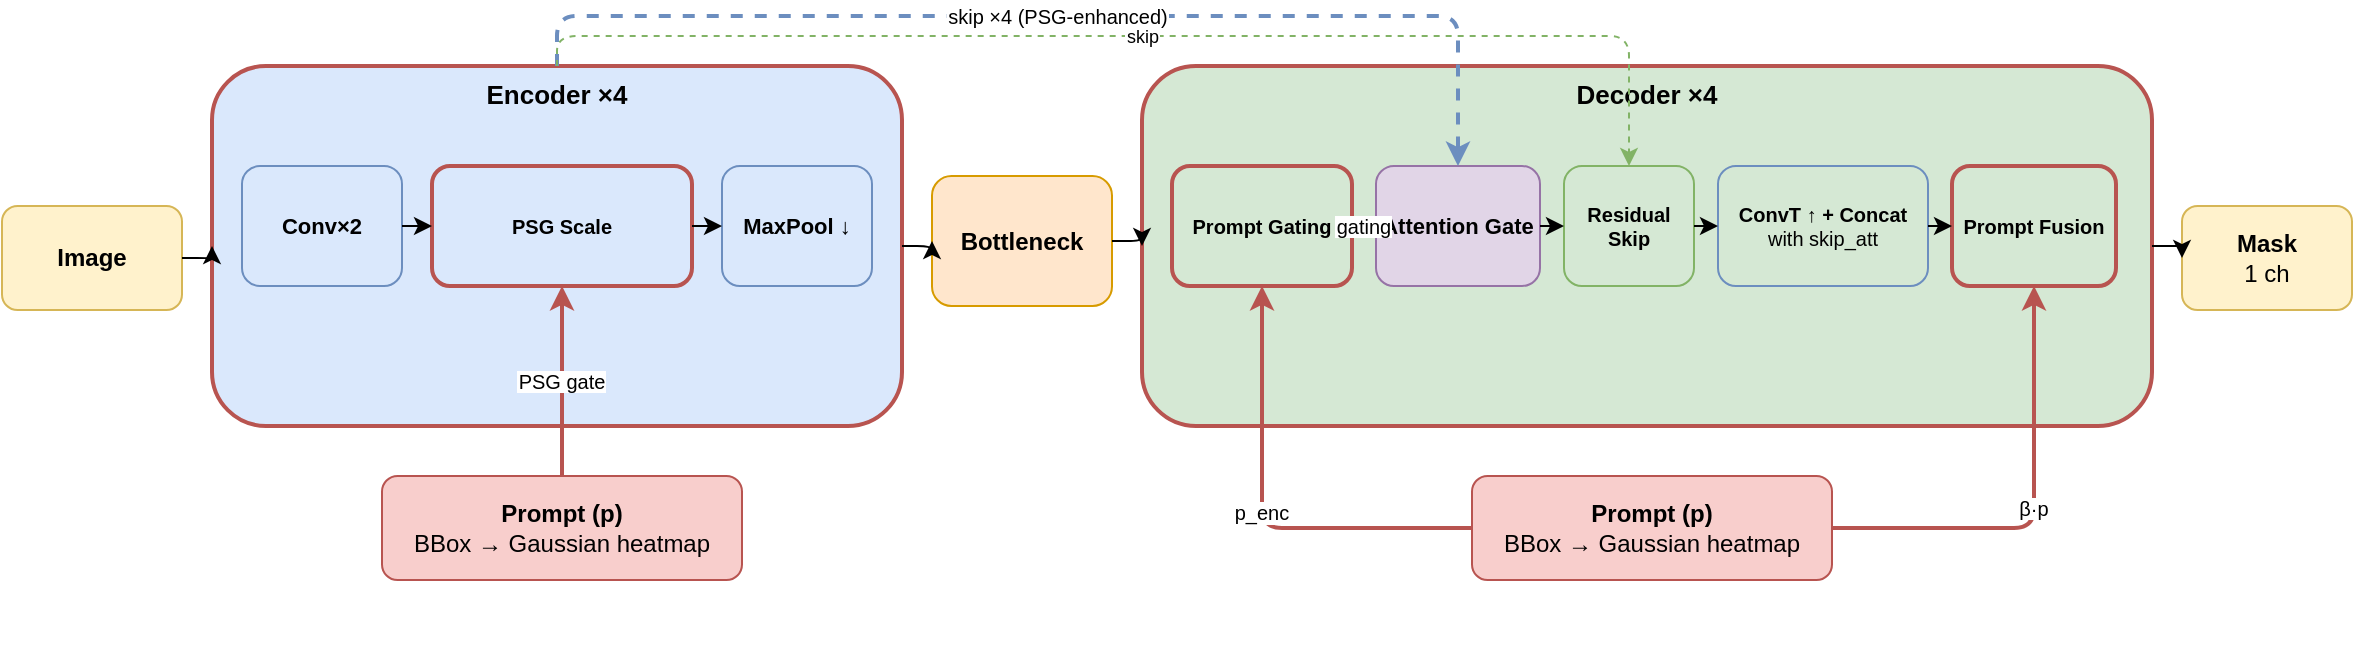
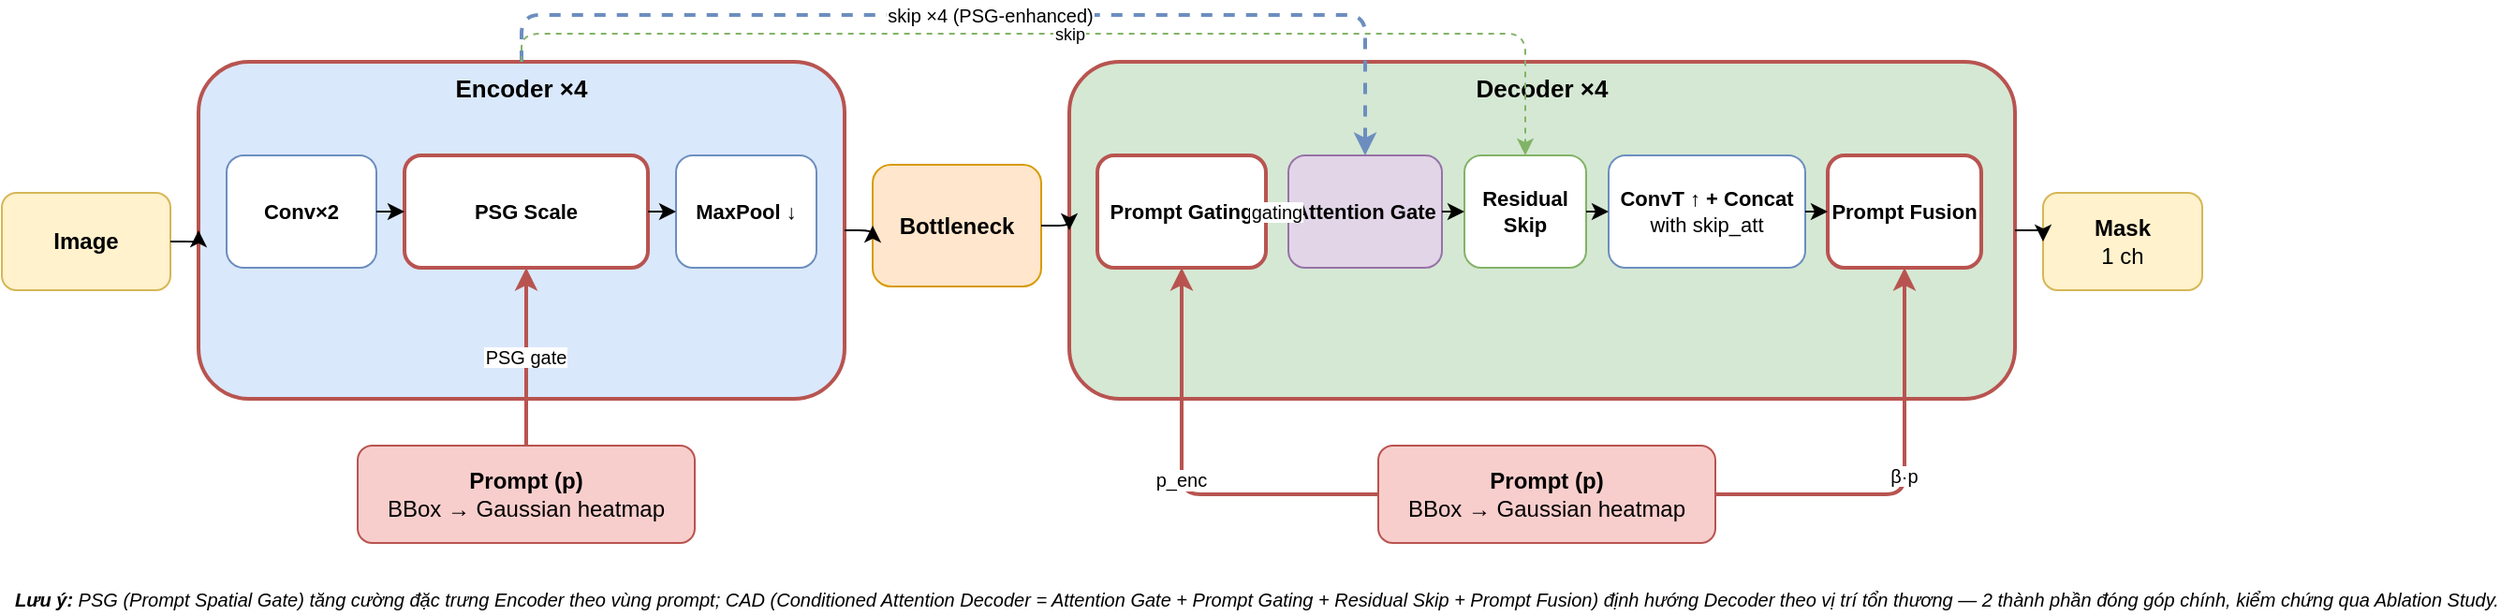
<mxfile host="65bd71144e">
    <diagram name="3. PGA-UNet" id="pgaunet2d">
        <mxGraphModel dx="1042" dy="251" grid="1" gridSize="10" guides="1" tooltips="1" connect="1" arrows="1" fold="1" page="1" pageScale="1" pageWidth="1220" pageHeight="365" math="0" shadow="0">
            <root>
                <mxCell id="0"/>
                <mxCell id="1" parent="0"/>
                <mxCell id="inp" value="&lt;b&gt;Image&lt;/b&gt;" style="rounded=1;whiteSpace=wrap;html=1;fillColor=#fff2cc;strokeColor=#d6b656;fontSize=12;" parent="1" vertex="1">
                    <mxGeometry x="15" y="105" width="90" height="52" as="geometry"/>
                </mxCell>
                <mxCell id="enc_box" value="&lt;b&gt;Encoder ×4&lt;/b&gt;" style="rounded=1;whiteSpace=wrap;html=1;fillColor=#dae8fc;strokeColor=#b85450;strokeWidth=2;fontSize=13;verticalAlign=top;align=center;" parent="1" vertex="1">
                    <mxGeometry x="120" y="35" width="345" height="180" as="geometry"/>
                </mxCell>
-                 <mxCell id="e_conv" value="&lt;b&gt;Conv×2&lt;/b&gt;" style="rounded=1;whiteSpace=wrap;html=1;fillColor=#dae8fc;strokeColor=#6c8ebf;fontSize=11;" parent="enc_box" vertex="1">
+                 <mxCell id="e_conv" value="&lt;b&gt;Conv×2&lt;/b&gt;" style="rounded=1;whiteSpace=wrap;html=1;fillColor=#ffffff;strokeColor=#6c8ebf;fontSize=11;" parent="enc_box" vertex="1">
                    <mxGeometry x="15" y="50" width="80" height="60" as="geometry"/>
                </mxCell>
-                 <mxCell id="e_scale" value="&lt;b&gt;PSG Scale&lt;/b&gt;" style="rounded=1;whiteSpace=wrap;html=1;fillColor=#dae8fc;strokeColor=#b85450;strokeWidth=2;fontSize=10;" parent="enc_box" vertex="1">
+                 <mxCell id="e_scale" value="&lt;b&gt;PSG Scale&lt;/b&gt;" style="rounded=1;whiteSpace=wrap;html=1;fillColor=#ffffff;strokeColor=#b85450;strokeWidth=2;fontSize=11;" parent="enc_box" vertex="1">
                    <mxGeometry x="110" y="50" width="130" height="60" as="geometry"/>
                </mxCell>
-                 <mxCell id="e_pool" value="&lt;b&gt;MaxPool ↓&lt;/b&gt;" style="rounded=1;whiteSpace=wrap;html=1;fillColor=#dae8fc;strokeColor=#6c8ebf;fontSize=11;" parent="enc_box" vertex="1">
+                 <mxCell id="e_pool" value="&lt;b&gt;MaxPool ↓&lt;/b&gt;" style="rounded=1;whiteSpace=wrap;html=1;fillColor=#ffffff;strokeColor=#6c8ebf;fontSize=11;" parent="enc_box" vertex="1">
                    <mxGeometry x="255" y="50" width="75" height="60" as="geometry"/>
                </mxCell>
                <mxCell id="se1" value="" style="edgeStyle=orthogonalEdgeStyle;exitX=1;exitY=0.5;exitDx=0;exitDy=0;entryX=0;entryY=0.5;entryDx=0;entryDy=0;" parent="enc_box" source="e_conv" target="e_scale" edge="1">
                    <mxGeometry relative="1" as="geometry"/>
                </mxCell>
                <mxCell id="se2" value="" style="edgeStyle=orthogonalEdgeStyle;exitX=1;exitY=0.5;exitDx=0;exitDy=0;entryX=0;entryY=0.5;entryDx=0;entryDy=0;" parent="enc_box" source="e_scale" target="e_pool" edge="1">
                    <mxGeometry relative="1" as="geometry"/>
                </mxCell>
                <mxCell id="bn" value="&lt;b&gt;Bottleneck&lt;/b&gt;" style="rounded=1;whiteSpace=wrap;html=1;fillColor=#ffe6cc;strokeColor=#d79b00;fontSize=12;" parent="1" vertex="1">
                    <mxGeometry x="480" y="90" width="90" height="65" as="geometry"/>
                </mxCell>
                <mxCell id="dec_box" value="&lt;b&gt;Decoder ×4&lt;/b&gt;" style="rounded=1;whiteSpace=wrap;html=1;fillColor=#d5e8d4;strokeColor=#b85450;strokeWidth=2;fontSize=13;verticalAlign=top;align=center;" parent="1" vertex="1">
                    <mxGeometry x="585" y="35" width="505" height="180" as="geometry"/>
                </mxCell>
-                 <mxCell id="d_gfuse" value="&lt;b&gt;Prompt Gating&lt;/b&gt;" style="rounded=1;whiteSpace=wrap;html=1;fillColor=#d5e8d4;strokeColor=#b85450;strokeWidth=2;fontSize=10;" parent="dec_box" vertex="1">
+                 <mxCell id="d_gfuse" value="&lt;b&gt;Prompt Gating&lt;/b&gt;" style="rounded=1;whiteSpace=wrap;html=1;fillColor=#ffffff;strokeColor=#b85450;strokeWidth=2;fontSize=11;" parent="dec_box" vertex="1">
                    <mxGeometry x="15" y="50" width="90" height="60" as="geometry"/>
                </mxCell>
                <mxCell id="d_ag" value="&lt;b&gt;Attention Gate&lt;/b&gt;" style="rounded=1;whiteSpace=wrap;html=1;fillColor=#e1d5e7;strokeColor=#9673a6;fontSize=11;" parent="dec_box" vertex="1">
                    <mxGeometry x="117" y="50" width="82" height="60" as="geometry"/>
                </mxCell>
-                 <mxCell id="d_residual" value="&lt;b&gt;Residual Skip&lt;/b&gt;" style="rounded=1;whiteSpace=wrap;html=1;fillColor=#d5e8d4;strokeColor=#82b366;fontSize=10;" parent="dec_box" vertex="1">
+                 <mxCell id="d_residual" value="&lt;b&gt;Residual Skip&lt;/b&gt;" style="rounded=1;whiteSpace=wrap;html=1;fillColor=#ffffff;strokeColor=#82b366;fontSize=11;" parent="dec_box" vertex="1">
                    <mxGeometry x="211" y="50" width="65" height="60" as="geometry"/>
                </mxCell>
-                 <mxCell id="d_merge" value="&lt;b&gt;ConvT ↑ + Concat&lt;/b&gt;&lt;br&gt;with skip_att" style="rounded=1;whiteSpace=wrap;html=1;fillColor=#d5e8d4;strokeColor=#6c8ebf;fontSize=10;" parent="dec_box" vertex="1">
+                 <mxCell id="d_merge" value="&lt;b&gt;ConvT ↑ + Concat&lt;/b&gt;&lt;br&gt;with skip_att" style="rounded=1;whiteSpace=wrap;html=1;fillColor=#ffffff;strokeColor=#6c8ebf;fontSize=11;" parent="dec_box" vertex="1">
                    <mxGeometry x="288" y="50" width="105" height="60" as="geometry"/>
                </mxCell>
-                 <mxCell id="d_add" value="&lt;b&gt;Prompt Fusion&lt;/b&gt;" style="rounded=1;whiteSpace=wrap;html=1;fillColor=#d5e8d4;strokeColor=#b85450;strokeWidth=2;fontSize=10;" parent="dec_box" vertex="1">
+                 <mxCell id="d_add" value="&lt;b&gt;Prompt Fusion&lt;/b&gt;" style="rounded=1;whiteSpace=wrap;html=1;fillColor=#ffffff;strokeColor=#b85450;strokeWidth=2;fontSize=11;" parent="dec_box" vertex="1">
                    <mxGeometry x="405" y="50" width="82" height="60" as="geometry"/>
                </mxCell>
                <mxCell id="sd1" value="gating" style="edgeStyle=orthogonalEdgeStyle;exitX=1;exitY=0.5;exitDx=0;exitDy=0;entryX=0;entryY=0.5;entryDx=0;entryDy=0;fontSize=10;labelBackgroundColor=#ffffff;" parent="dec_box" source="d_gfuse" target="d_ag" edge="1">
                    <mxGeometry relative="1" as="geometry"/>
                </mxCell>
                <mxCell id="sd2" value="" style="edgeStyle=orthogonalEdgeStyle;exitX=1;exitY=0.5;exitDx=0;exitDy=0;entryX=0;entryY=0.5;entryDx=0;entryDy=0;" parent="dec_box" source="d_ag" target="d_residual" edge="1">
                    <mxGeometry relative="1" as="geometry"/>
                </mxCell>
                <mxCell id="sd3" value="" style="edgeStyle=orthogonalEdgeStyle;exitX=1;exitY=0.5;exitDx=0;exitDy=0;entryX=0;entryY=0.5;entryDx=0;entryDy=0;" parent="dec_box" source="d_residual" target="d_merge" edge="1">
                    <mxGeometry relative="1" as="geometry"/>
                </mxCell>
                <mxCell id="sd4" value="" style="edgeStyle=orthogonalEdgeStyle;exitX=1;exitY=0.5;exitDx=0;exitDy=0;entryX=0;entryY=0.5;entryDx=0;entryDy=0;" parent="dec_box" source="d_merge" target="d_add" edge="1">
                    <mxGeometry relative="1" as="geometry"/>
                </mxCell>
                <mxCell id="out" value="&lt;b&gt;Mask&lt;/b&gt;&lt;br&gt;1 ch" style="rounded=1;whiteSpace=wrap;html=1;fillColor=#fff2cc;strokeColor=#d6b656;fontSize=12;" parent="1" vertex="1">
                    <mxGeometry x="1105" y="105" width="85" height="52" as="geometry"/>
                </mxCell>
                <mxCell id="f1" value="" style="edgeStyle=orthogonalEdgeStyle;exitX=1;exitY=0.5;exitDx=0;exitDy=0;entryX=0;entryY=0.5;entryDx=0;entryDy=0;" parent="1" source="inp" target="enc_box" edge="1">
                    <mxGeometry relative="1" as="geometry"/>
                </mxCell>
                <mxCell id="f2" value="" style="edgeStyle=orthogonalEdgeStyle;exitX=1;exitY=0.5;exitDx=0;exitDy=0;entryX=0;entryY=0.5;entryDx=0;entryDy=0;" parent="1" source="enc_box" target="bn" edge="1">
                    <mxGeometry relative="1" as="geometry"/>
                </mxCell>
                <mxCell id="f3" value="" style="edgeStyle=orthogonalEdgeStyle;exitX=1;exitY=0.5;exitDx=0;exitDy=0;entryX=0;entryY=0.5;entryDx=0;entryDy=0;" parent="1" source="bn" target="dec_box" edge="1">
                    <mxGeometry relative="1" as="geometry"/>
                </mxCell>
                <mxCell id="f4" value="" style="edgeStyle=orthogonalEdgeStyle;exitX=1;exitY=0.5;exitDx=0;exitDy=0;entryX=0;entryY=0.5;entryDx=0;entryDy=0;" parent="1" source="dec_box" target="out" edge="1">
                    <mxGeometry relative="1" as="geometry"/>
                </mxCell>
                <mxCell id="skip" value="skip ×4 (PSG-enhanced)" style="edgeStyle=orthogonalEdgeStyle;dashed=1;strokeColor=#6c8ebf;strokeWidth=2;fontSize=10;exitX=0.5;exitY=0;exitDx=0;exitDy=0;entryX=0.5;entryY=0;entryDx=0;entryDy=0;labelBackgroundColor=#ffffff;" parent="1" source="enc_box" target="d_ag" edge="1">
                    <mxGeometry relative="1" as="geometry">
                        <Array as="points">
                            <mxPoint x="292" y="10"/>
                            <mxPoint x="743" y="10"/>
                        </Array>
                    </mxGeometry>
                </mxCell>
                <mxCell id="skip_res" value="skip" style="edgeStyle=orthogonalEdgeStyle;dashed=1;strokeColor=#82b366;strokeWidth=1;fontSize=9;exitX=0.5;exitY=0;exitDx=0;exitDy=0;entryX=0.5;entryY=0;entryDx=0;entryDy=0;labelBackgroundColor=#ffffff;" parent="1" source="enc_box" target="d_residual" edge="1">
                    <mxGeometry relative="1" as="geometry">
                        <Array as="points">
                            <mxPoint x="293" y="20"/>
                            <mxPoint x="829" y="20"/>
                        </Array>
                    </mxGeometry>
                </mxCell>
                <mxCell id="prm_enc" value="&lt;b&gt;Prompt (p)&lt;/b&gt;&lt;br&gt;BBox → Gaussian heatmap" style="rounded=1;whiteSpace=wrap;html=1;fillColor=#f8cecc;strokeColor=#b85450;fontSize=12;" parent="1" vertex="1">
                    <mxGeometry x="205" y="240" width="180" height="52" as="geometry"/>
                </mxCell>
                <mxCell id="prm_dec" value="&lt;b&gt;Prompt (p)&lt;/b&gt;&lt;br&gt;BBox → Gaussian heatmap" style="rounded=1;whiteSpace=wrap;html=1;fillColor=#f8cecc;strokeColor=#b85450;fontSize=12;" parent="1" vertex="1">
                    <mxGeometry x="750" y="240" width="180" height="52" as="geometry"/>
                </mxCell>
                <mxCell id="pp_psg" value="PSG gate" style="edgeStyle=orthogonalEdgeStyle;strokeColor=#b85450;strokeWidth=2;fontSize=10;exitX=0.5;exitY=0;exitDx=0;exitDy=0;entryX=0.5;entryY=1;entryDx=0;entryDy=0;labelBackgroundColor=#ffffff;" parent="1" source="prm_enc" target="e_scale" edge="1">
                    <mxGeometry relative="1" as="geometry"/>
                </mxCell>
                <mxCell id="pp_gfused" value="p_enc" style="edgeStyle=orthogonalEdgeStyle;strokeColor=#b85450;strokeWidth=2;fontSize=10;exitX=0;exitY=0.5;exitDx=0;exitDy=0;entryX=0.5;entryY=1;entryDx=0;entryDy=0;labelBackgroundColor=#ffffff;" parent="1" source="prm_dec" target="d_gfuse" edge="1">
                    <mxGeometry relative="1" as="geometry"/>
                </mxCell>
                <mxCell id="pp_beta" value="β·p" style="edgeStyle=orthogonalEdgeStyle;strokeColor=#b85450;strokeWidth=2;fontSize=10;exitX=1;exitY=0.5;exitDx=0;exitDy=0;entryX=0.5;entryY=1;entryDx=0;entryDy=0;labelBackgroundColor=#ffffff;" parent="1" source="prm_dec" target="d_add" edge="1">
                    <mxGeometry relative="1" as="geometry"/>
                </mxCell>
-                 <mxCell id="note" value="" style="text;html=1;align=left;fontSize=10;strokeColor=none;fillColor=none;fontStyle=2;" parent="1" vertex="1">
+                 <mxCell id="note" value="&lt;b&gt;Lưu ý:&lt;/b&gt; PSG (Prompt Spatial Gate) tăng cường đặc trưng Encoder theo vùng prompt; CAD (Conditioned Attention Decoder = Attention Gate + Prompt Gating + Residual Skip + Prompt Fusion) định hướng Decoder theo vị trí tổn thương — 2 thành phần đóng góp chính, kiểm chứng qua Ablation Study." style="text;html=1;align=left;fontSize=10;strokeColor=none;fillColor=none;fontStyle=2;" parent="1" vertex="1">
                    <mxGeometry x="20" y="310" width="1000" height="20" as="geometry"/>
                </mxCell>
            </root>
        </mxGraphModel>
    </diagram>
</mxfile>